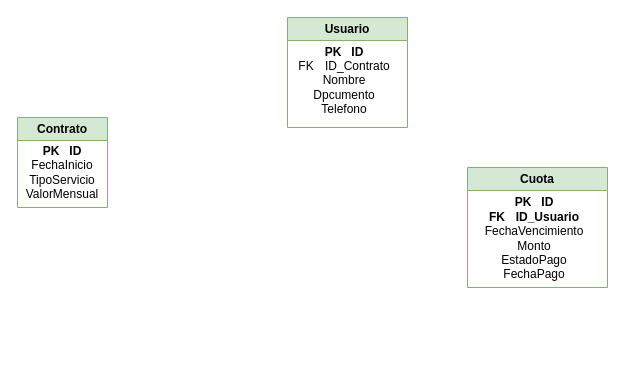
Earlier version of the draw.io diagram CASO3.drawio (konnylisethalucematorresCAMPUS/baseDeDatosJhon). Source tidied: cells renumbered, new cells numbered last; positions are measured from the earlier drawing's top-left corner, leaving out a move shared by most shapes. Both pictures are drawn from the tidied source at 100%, with x=0, y=0 at pixel (17, 17).
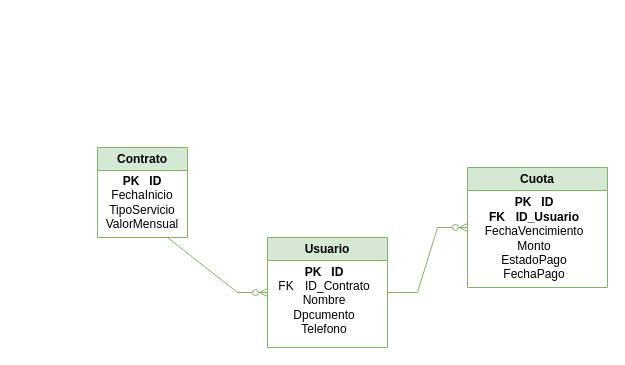
The same diagram, later.

Change to the diagram source:
```diff
@@
 <mxGraphModel>
   <root>
     <mxCell id="0" />
     <mxCell id="1" parent="0" />
     <mxCell id="2" value="Contrato" style="swimlane;whiteSpace=wrap;html=1;fillColor=#d5e8d4;strokeColor=#82b366;" parent="1" vertex="1">
-      <mxGeometry y="100" width="90" height="90" as="geometry" />
+      <mxGeometry x="80" y="130" width="90" height="90" as="geometry" />
     </mxCell>
     <mxCell id="3" value="&lt;b&gt;PK&lt;span style=&quot;white-space: pre;&quot;&gt;&#9;&lt;/span&gt;ID&lt;/b&gt;&lt;div&gt;FechaInicio&lt;/div&gt;&lt;div&gt;TipoServicio&lt;/div&gt;&lt;div&gt;ValorMensual&lt;/div&gt;" style="text;html=1;align=center;verticalAlign=middle;whiteSpace=wrap;rounded=0;" parent="2" vertex="1">
       <mxGeometry y="40" width="90" height="30" as="geometry" />
     </mxCell>
     <mxCell id="4" value="Cuota" style="swimlane;whiteSpace=wrap;html=1;fillColor=#d5e8d4;strokeColor=#82b366;" parent="1" vertex="1">
       <mxGeometry x="450" y="150" width="140" height="120" as="geometry" />
     </mxCell>
     <mxCell id="5" value="&lt;b&gt;PK&lt;span style=&quot;white-space: pre;&quot;&gt;&#9;&lt;/span&gt;ID&lt;/b&gt;&lt;div&gt;&lt;b&gt;FK&lt;span style=&quot;white-space: pre;&quot;&gt;&#9;&lt;/span&gt;ID_Usuario&lt;/b&gt;&lt;/div&gt;&lt;div&gt;FechaVencimiento&lt;/div&gt;&lt;div&gt;Monto&lt;/div&gt;&lt;div&gt;EstadoPago&lt;/div&gt;&lt;div&gt;FechaPago&lt;/div&gt;" style="text;html=1;align=center;verticalAlign=middle;whiteSpace=wrap;rounded=0;" parent="4" vertex="1">
       <mxGeometry x="21.5" y="56" width="90" height="30" as="geometry" />
     </mxCell>
     <mxCell id="6" value="Usuario" style="swimlane;whiteSpace=wrap;html=1;fillColor=#d5e8d4;strokeColor=#82b366;" parent="1" vertex="1">
-      <mxGeometry x="270" width="120" height="110" as="geometry" />
+      <mxGeometry x="250" y="220" width="120" height="110" as="geometry" />
     </mxCell>
     <mxCell id="7" value="&lt;b&gt;PK&lt;span style=&quot;white-space: pre;&quot;&gt;&#9;&lt;/span&gt;ID&lt;/b&gt;&lt;div&gt;FK&lt;span style=&quot;white-space: pre;&quot;&gt;&#9;&lt;/span&gt;ID_Contrato&lt;/div&gt;&lt;div&gt;Nombre&lt;/div&gt;&lt;div&gt;Dpcumento&lt;/div&gt;&lt;div&gt;Telefono&lt;/div&gt;" style="text;html=1;align=center;verticalAlign=middle;whiteSpace=wrap;rounded=0;" parent="6" vertex="1">
       <mxGeometry x="12" y="48" width="90" height="30" as="geometry" />
     </mxCell>
+    <mxCell id="8" style="edgeStyle=entityRelationEdgeStyle;fontSize=12;html=1;endArrow=ERzeroToMany;endFill=1;rounded=0;fillColor=#d5e8d4;strokeColor=#82b366;entryX=0;entryY=0.5;entryDx=0;entryDy=0;" parent="1" edge="1" target="6">
+      <mxGeometry relative="1" as="geometry">
+        <mxPoint x="120" y="220" as="sourcePoint" />
+      </mxGeometry>
+    </mxCell>
+    <mxCell id="9" style="edgeStyle=entityRelationEdgeStyle;fontSize=12;html=1;endArrow=ERzeroToMany;endFill=1;rounded=0;entryX=0;entryY=0.5;entryDx=0;entryDy=0;exitX=1;exitY=0.5;exitDx=0;exitDy=0;fillColor=#d5e8d4;strokeColor=#82b366;" parent="1" edge="1" source="6" target="4">
+      <mxGeometry relative="1" as="geometry" />
+    </mxCell>
   </root>
 </mxGraphModel>
```
